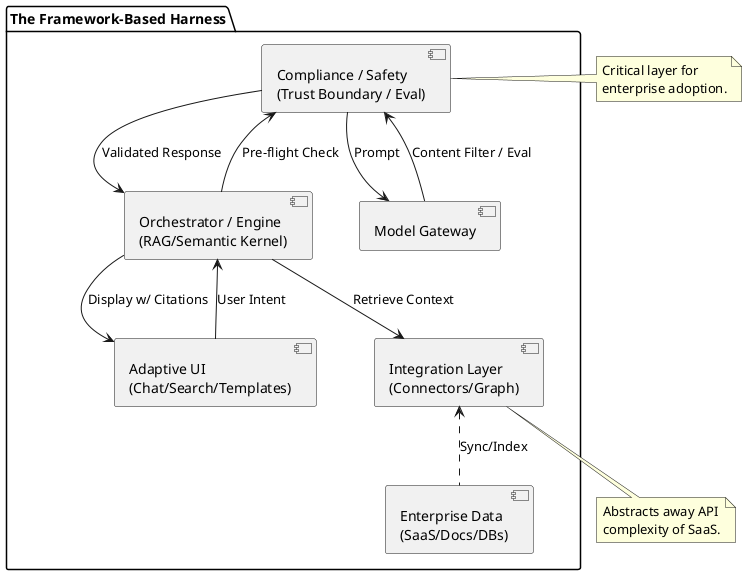
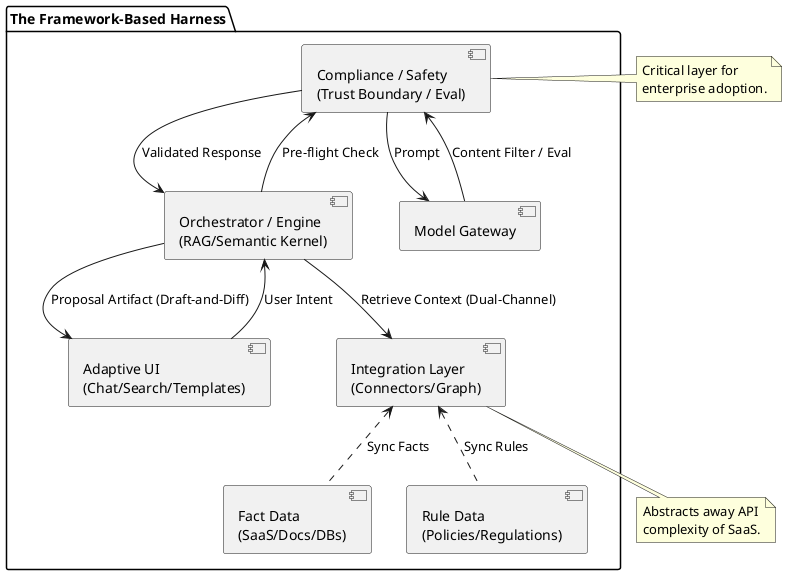
@startuml
package "The Framework-Based Harness" {
    [Adaptive UI\n(Chat/Search/Templates)] as UI
    [Orchestrator / Engine\n(RAG/Semantic Kernel)] as ORCH
    [Integration Layer\n(Connectors/Graph)] as INTEG
    [Compliance / Safety\n(Trust Boundary / Eval)] as SAFE
-     [Enterprise Data\n(SaaS/Docs/DBs)] as DATA
+     [Fact Data\n(SaaS/Docs/DBs)] as FACTS
+     [Rule Data\n(Policies/Regulations)] as RULES
    [Model Gateway] as LLM
}

UI --> ORCH : "User Intent"
- ORCH --> INTEG : "Retrieve Context"
- INTEG <.. DATA : "Sync/Index"
+ ORCH --> INTEG : "Retrieve Context (Dual-Channel)"
+ INTEG <.. FACTS : "Sync Facts"
+ INTEG <.. RULES : "Sync Rules"
ORCH --> SAFE : "Pre-flight Check"
SAFE --> LLM : "Prompt"
LLM --> SAFE : "Content Filter / Eval"
SAFE --> ORCH : "Validated Response"
- ORCH --> UI : "Display w/ Citations"
+ ORCH --> UI : "Proposal Artifact (Draft-and-Diff)"

note right of SAFE
  Critical layer for
  enterprise adoption.
end note

note bottom of INTEG
  Abstracts away API
  complexity of SaaS.
end note
@enduml
